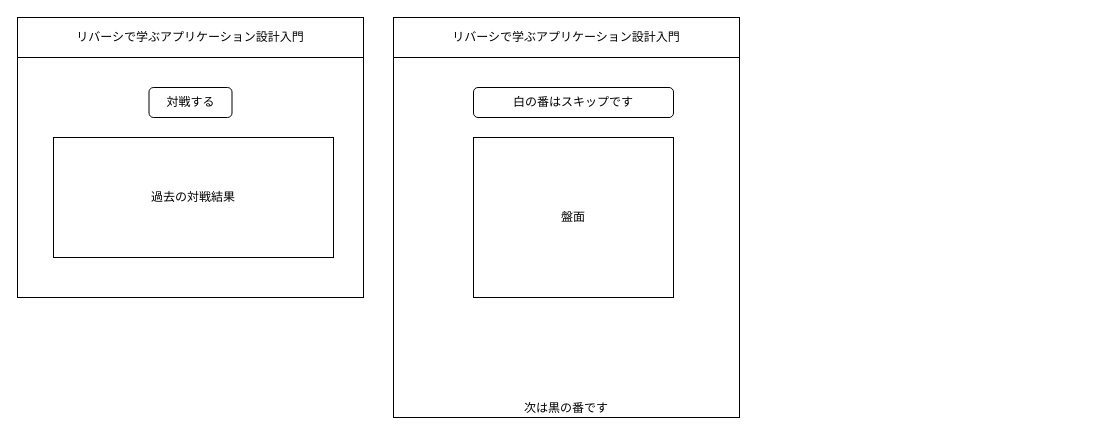
Earlier version of the draw.io diagram docs/ui.drawio (arakaworld/improved-octo-pancake). Source tidied: cells renumbered, new cells numbered last; positions are measured from the earlier drawing's top-left corner, leaving out a move shared by most shapes. Both pictures are drawn from the tidied source at 100%, with x=0, y=0 at pixel (17, 17).
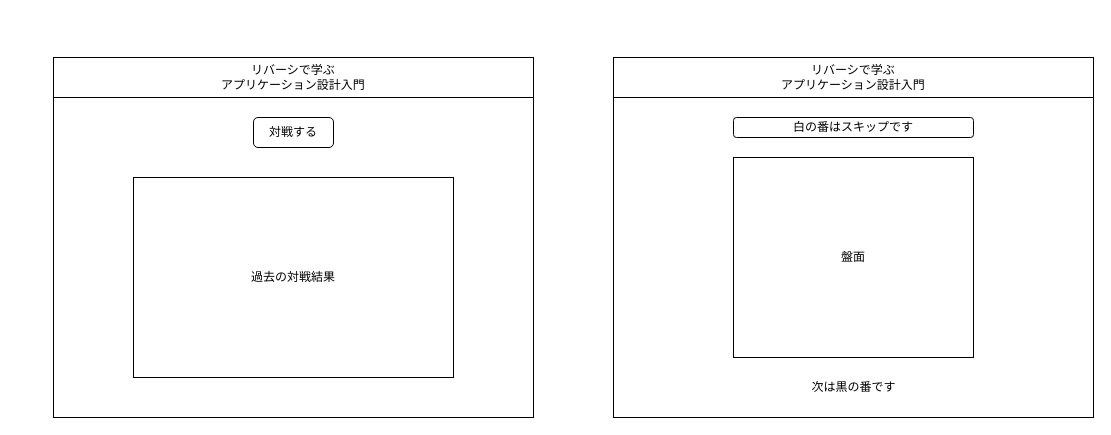
The same diagram, later.

Diff of the diagram source:
```diff
@@
 <mxGraphModel>
   <root>
     <mxCell id="0" />
     <mxCell id="1" parent="0" />
-    <mxCell id="2" value="リバーシで学ぶアプリケーション設計入門" style="rounded=0;whiteSpace=wrap;html=1;fillColor=none;" parent="1" vertex="1">
-      <mxGeometry width="346" height="40" as="geometry" />
+    <mxCell id="2" style="rounded=0;whiteSpace=wrap;html=1;fillColor=none;" parent="1" vertex="1">
+      <mxGeometry x="36" y="40" width="480" height="360" as="geometry" />
     </mxCell>
-    <mxCell id="3" style="rounded=0;whiteSpace=wrap;html=1;fillColor=none;" parent="1" vertex="1">
-      <mxGeometry y="40" width="346" height="240" as="geometry" />
+    <mxCell id="3" value="リバーシで学ぶ&lt;br&gt;アプリケーション設計入門" style="rounded=0;whiteSpace=wrap;html=1;fillColor=none;" parent="1" vertex="1">
+      <mxGeometry x="36" y="40" width="480" height="40" as="geometry" />
     </mxCell>
-    <mxCell id="4" value="対戦する" style="rounded=1;whiteSpace=wrap;html=1;fillColor=none;" parent="1" vertex="1">
-      <mxGeometry x="131.5" y="70" width="83" height="30" as="geometry" />
-    </mxCell>
-    <mxCell id="5" value="過去の対戦結果" style="rounded=0;whiteSpace=wrap;html=1;fillColor=none;" parent="1" vertex="1">
-      <mxGeometry x="36" y="120" width="280" height="120" as="geometry" />
-    </mxCell>
-    <mxCell id="6" value="リバーシで学ぶアプリケーション設計入門" style="rounded=0;whiteSpace=wrap;html=1;fillColor=none;" parent="1" vertex="1">
-      <mxGeometry x="376" width="346" height="40" as="geometry" />
+    <mxCell id="6" value="対戦する" style="rounded=1;whiteSpace=wrap;html=1;fillColor=none;" parent="1" vertex="1">
+      <mxGeometry x="236" y="100" width="80" height="30" as="geometry" />
     </mxCell>
-    <mxCell id="7" value="次は黒の番です" style="rounded=0;whiteSpace=wrap;html=1;fillColor=none;verticalAlign=bottom;" parent="1" vertex="1">
-      <mxGeometry x="376" y="40" width="346" height="360" as="geometry" />
+    <mxCell id="7" value="過去の対戦結果" style="rounded=0;whiteSpace=wrap;html=1;fillColor=none;" parent="1" vertex="1">
+      <mxGeometry x="116" y="160" width="320" height="200" as="geometry" />
     </mxCell>
-    <mxCell id="8" value="白の番はスキップです" style="rounded=1;whiteSpace=wrap;html=1;fillColor=none;" parent="1" vertex="1">
-      <mxGeometry x="456" y="70" width="200" height="30" as="geometry" />
+    <mxCell id="8" style="rounded=0;whiteSpace=wrap;html=1;fillColor=none;" parent="1" vertex="1">
+      <mxGeometry x="596" y="40" width="480" height="360" as="geometry" />
     </mxCell>
-    <mxCell id="9" value="盤面" style="rounded=0;whiteSpace=wrap;html=1;fillColor=none;" parent="1" vertex="1">
-      <mxGeometry x="456" y="120" width="200" height="160" as="geometry" />
+    <mxCell id="9" value="リバーシで学ぶ&lt;br&gt;アプリケーション設計入門" style="rounded=0;whiteSpace=wrap;html=1;fillColor=none;" parent="1" vertex="1">
+      <mxGeometry x="596" y="40" width="480" height="40" as="geometry" />
     </mxCell>
+    <mxCell id="10" value="白の番はスキップです" style="rounded=1;whiteSpace=wrap;html=1;fillColor=none;" parent="1" vertex="1">
+      <mxGeometry x="716" y="100" width="240" height="20" as="geometry" />
+    </mxCell>
+    <mxCell id="11" value="盤面" style="rounded=0;whiteSpace=wrap;html=1;fillColor=none;" parent="1" vertex="1">
+      <mxGeometry x="716" y="140" width="240" height="200" as="geometry" />
+    </mxCell>
+    <mxCell id="12" value="次は黒の番です" style="text;html=1;align=center;verticalAlign=middle;strokeColor=none;fillColor=none;" parent="1" vertex="1">
+      <mxGeometry x="786" y="360" width="100" height="20" as="geometry" />
+    </mxCell>
   </root>
 </mxGraphModel>
```
